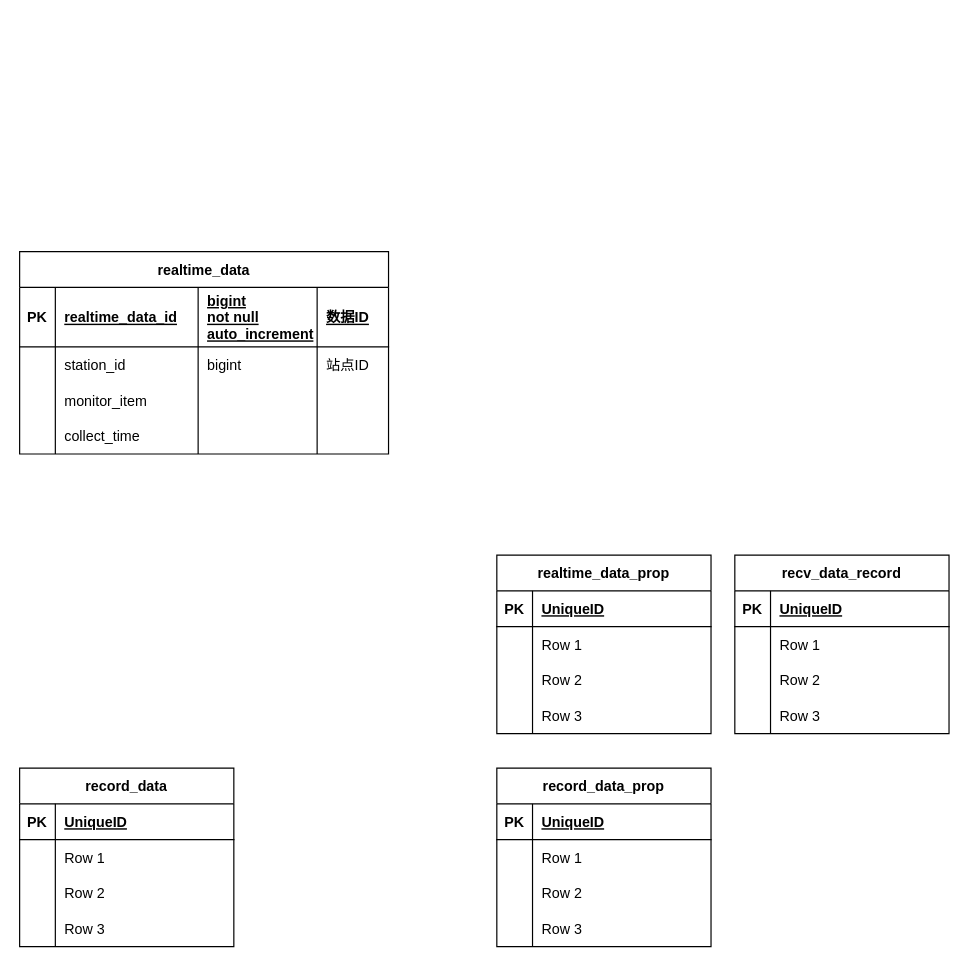
Earlier version of the draw.io diagram 监测数据.drawio (514094388/Hms-ER). Source tidied: cells renumbered, new cells numbered last; positions are measured from the earlier drawing's top-left corner, leaving out a move shared by most shapes. Both pictures are drawn from the tidied source at 119%, with x=0, y=0 at pixel (19, 251).
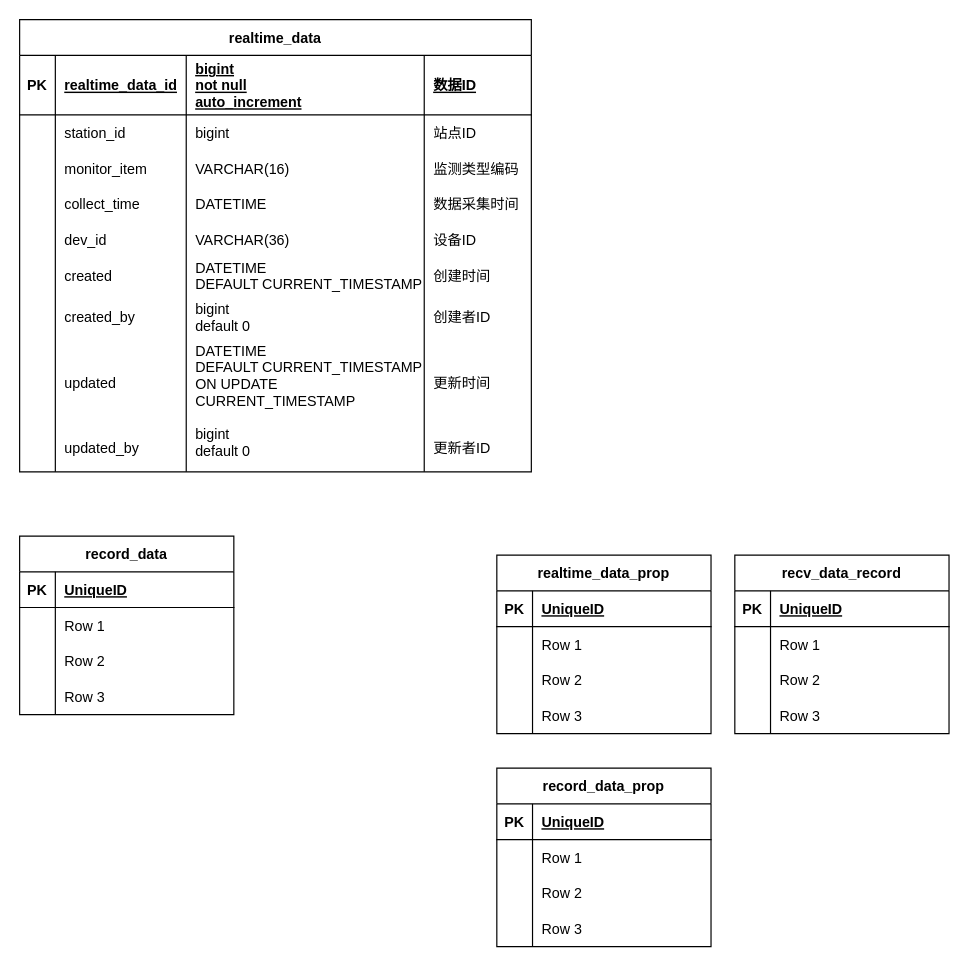
The same page after the edit.

Commit message (it also covers changes not shown here):
更新监测数据.drawio

Change to the diagram source:
```diff
@@
     <mxCell id="2" value="realtime_data" style="shape=table;startSize=30;childLayout=tableLayout;rowLines=0;fontStyle=1;align=center;" parent="1" vertex="1">
-      <mxGeometry width="310" height="170" as="geometry" />
+      <mxGeometry y="-195" width="430" height="380" as="geometry" />
     </mxCell>
     <mxCell id="3" style="shape=tableRow;horizontal=0;startSize=0;swimlaneHead=0;swimlaneBody=0;fillColor=none;top=0;left=0;right=0;bottom=1;" parent="2" vertex="1">
-      <mxGeometry y="30" width="310" height="50" as="geometry" />
+      <mxGeometry y="30" width="430" height="50" as="geometry" />
     </mxCell>
@@
     <mxCell id="5" value="realtime_data_id" style="shape=partialRectangle;fillColor=none;top=0;left=0;bottom=0;right=0;align=left;spacingLeft=6;fontStyle=5;overflow=hidden;" parent="3" vertex="1">
-      <mxGeometry x="30" width="120" height="50" as="geometry" />
+      <mxGeometry x="30" width="110" height="50" as="geometry" />
     </mxCell>
     <mxCell id="6" value="bigint&#10;not null&#10;auto_increment" style="shape=partialRectangle;fillColor=none;top=0;left=0;bottom=0;right=0;align=left;spacingLeft=6;fontStyle=5;overflow=hidden;" parent="3" vertex="1">
-      <mxGeometry x="150" width="100" height="50" as="geometry" />
+      <mxGeometry x="140" width="200" height="50" as="geometry" />
     </mxCell>
     <mxCell id="7" value="数据ID" style="shape=partialRectangle;fillColor=none;top=0;left=0;bottom=0;right=0;align=left;spacingLeft=6;fontStyle=5;overflow=hidden;" parent="3" vertex="1">
-      <mxGeometry x="250" width="60" height="50" as="geometry" />
+      <mxGeometry x="340" width="90" height="50" as="geometry" />
     </mxCell>
     <mxCell id="8" style="shape=tableRow;horizontal=0;startSize=0;swimlaneHead=0;swimlaneBody=0;fillColor=none;top=0;left=0;right=0;bottom=0;" parent="2" vertex="1">
-      <mxGeometry y="80" width="310" height="30" as="geometry" />
+      <mxGeometry y="80" width="430" height="30" as="geometry" />
     </mxCell>
@@
     <mxCell id="10" value="station_id" style="shape=partialRectangle;fillColor=none;top=0;left=0;bottom=0;right=0;align=left;spacingLeft=6;overflow=hidden;" parent="8" vertex="1">
-      <mxGeometry x="30" width="120" height="30" as="geometry" />
+      <mxGeometry x="30" width="110" height="30" as="geometry" />
     </mxCell>
     <mxCell id="11" value="bigint" style="shape=partialRectangle;fillColor=none;top=0;left=0;bottom=0;right=0;align=left;spacingLeft=6;overflow=hidden;" parent="8" vertex="1">
-      <mxGeometry x="150" width="100" height="30" as="geometry" />
+      <mxGeometry x="140" width="200" height="30" as="geometry" />
     </mxCell>
     <mxCell id="12" value="站点ID" style="shape=partialRectangle;fillColor=none;top=0;left=0;bottom=0;right=0;align=left;spacingLeft=6;overflow=hidden;" parent="8" vertex="1">
-      <mxGeometry x="250" width="60" height="30" as="geometry" />
+      <mxGeometry x="340" width="90" height="30" as="geometry" />
     </mxCell>
     <mxCell id="13" style="shape=tableRow;horizontal=0;startSize=0;swimlaneHead=0;swimlaneBody=0;fillColor=none;top=0;left=0;right=0;bottom=0;" parent="2" vertex="1">
-      <mxGeometry y="110" width="310" height="30" as="geometry" />
+      <mxGeometry y="110" width="430" height="30" as="geometry" />
     </mxCell>
@@
     <mxCell id="15" value="monitor_item" style="shape=partialRectangle;fillColor=none;top=0;left=0;bottom=0;right=0;align=left;spacingLeft=6;overflow=hidden;" parent="13" vertex="1">
-      <mxGeometry x="30" width="120" height="30" as="geometry" />
+      <mxGeometry x="30" width="110" height="30" as="geometry" />
     </mxCell>
-    <mxCell id="16" style="shape=partialRectangle;fillColor=none;top=0;left=0;bottom=0;right=0;align=left;spacingLeft=6;overflow=hidden;" parent="13" vertex="1">
-      <mxGeometry x="150" width="100" height="30" as="geometry" />
+    <mxCell id="16" value="VARCHAR(16)" style="shape=partialRectangle;fillColor=none;top=0;left=0;bottom=0;right=0;align=left;spacingLeft=6;overflow=hidden;" parent="13" vertex="1">
+      <mxGeometry x="140" width="200" height="30" as="geometry" />
     </mxCell>
-    <mxCell id="17" style="shape=partialRectangle;fillColor=none;top=0;left=0;bottom=0;right=0;align=left;spacingLeft=6;overflow=hidden;" parent="13" vertex="1">
-      <mxGeometry x="250" width="60" height="30" as="geometry" />
+    <mxCell id="17" value="监测类型编码" style="shape=partialRectangle;fillColor=none;top=0;left=0;bottom=0;right=0;align=left;spacingLeft=6;overflow=hidden;" parent="13" vertex="1">
+      <mxGeometry x="340" width="90" height="30" as="geometry" />
     </mxCell>
     <mxCell id="18" style="shape=tableRow;horizontal=0;startSize=0;swimlaneHead=0;swimlaneBody=0;fillColor=none;top=0;left=0;right=0;bottom=0;" parent="2" vertex="1">
-      <mxGeometry y="140" width="310" height="30" as="geometry" />
+      <mxGeometry y="140" width="430" height="30" as="geometry" />
     </mxCell>
@@
     <mxCell id="20" value="collect_time" style="shape=partialRectangle;fillColor=none;top=0;left=0;bottom=0;right=0;align=left;spacingLeft=6;overflow=hidden;" parent="18" vertex="1">
-      <mxGeometry x="30" width="120" height="30" as="geometry" />
+      <mxGeometry x="30" width="110" height="30" as="geometry" />
     </mxCell>
-    <mxCell id="21" style="shape=partialRectangle;fillColor=none;top=0;left=0;bottom=0;right=0;align=left;spacingLeft=6;overflow=hidden;" parent="18" vertex="1">
-      <mxGeometry x="150" width="100" height="30" as="geometry" />
+    <mxCell id="21" value="DATETIME" style="shape=partialRectangle;fillColor=none;top=0;left=0;bottom=0;right=0;align=left;spacingLeft=6;overflow=hidden;" parent="18" vertex="1">
+      <mxGeometry x="140" width="200" height="30" as="geometry" />
     </mxCell>
-    <mxCell id="22" style="shape=partialRectangle;fillColor=none;top=0;left=0;bottom=0;right=0;align=left;spacingLeft=6;overflow=hidden;" parent="18" vertex="1">
-      <mxGeometry x="250" width="60" height="30" as="geometry" />
+    <mxCell id="22" value="数据采集时间" style="shape=partialRectangle;fillColor=none;top=0;left=0;bottom=0;right=0;align=left;spacingLeft=6;overflow=hidden;" parent="18" vertex="1">
+      <mxGeometry x="340" width="90" height="30" as="geometry" />
     </mxCell>
+    <mxCell id="75" style="shape=tableRow;horizontal=0;startSize=0;swimlaneHead=0;swimlaneBody=0;fillColor=none;top=0;left=0;right=0;bottom=0;" parent="2" vertex="1">
+      <mxGeometry y="170" width="430" height="30" as="geometry" />
+    </mxCell>
+    <mxCell id="76" style="shape=partialRectangle;fillColor=none;top=0;left=0;bottom=0;right=0;overflow=hidden;" parent="75" vertex="1">
+      <mxGeometry width="30" height="30" as="geometry" />
+    </mxCell>
+    <mxCell id="77" value="dev_id" style="shape=partialRectangle;fillColor=none;top=0;left=0;bottom=0;right=0;align=left;spacingLeft=6;overflow=hidden;" parent="75" vertex="1">
+      <mxGeometry x="30" width="110" height="30" as="geometry" />
+    </mxCell>
+    <mxCell id="78" value="VARCHAR(36)" style="shape=partialRectangle;fillColor=none;top=0;left=0;bottom=0;right=0;align=left;spacingLeft=6;overflow=hidden;" parent="75" vertex="1">
+      <mxGeometry x="140" width="200" height="30" as="geometry" />
+    </mxCell>
+    <mxCell id="79" value="设备ID" style="shape=partialRectangle;fillColor=none;top=0;left=0;bottom=0;right=0;align=left;spacingLeft=6;overflow=hidden;" parent="75" vertex="1">
+      <mxGeometry x="340" width="90" height="30" as="geometry" />
+    </mxCell>
+    <mxCell id="80" style="shape=tableRow;horizontal=0;startSize=0;swimlaneHead=0;swimlaneBody=0;fillColor=none;top=0;left=0;right=0;bottom=0;" parent="2" vertex="1">
+      <mxGeometry y="200" width="430" height="30" as="geometry" />
+    </mxCell>
+    <mxCell id="81" style="shape=partialRectangle;fillColor=none;top=0;left=0;bottom=0;right=0;overflow=hidden;" parent="80" vertex="1">
+      <mxGeometry width="30" height="30" as="geometry" />
+    </mxCell>
+    <mxCell id="82" value="created" style="shape=partialRectangle;fillColor=none;top=0;left=0;bottom=0;right=0;align=left;spacingLeft=6;overflow=hidden;" parent="80" vertex="1">
+      <mxGeometry x="30" width="110" height="30" as="geometry" />
+    </mxCell>
+    <mxCell id="83" value="DATETIME&#10;DEFAULT CURRENT_TIMESTAMP" style="shape=partialRectangle;fillColor=none;top=0;left=0;bottom=0;right=0;align=left;spacingLeft=6;overflow=hidden;" parent="80" vertex="1">
+      <mxGeometry x="140" width="200" height="30" as="geometry" />
+    </mxCell>
+    <mxCell id="84" value="创建时间" style="shape=partialRectangle;fillColor=none;top=0;left=0;bottom=0;right=0;align=left;spacingLeft=6;overflow=hidden;" parent="80" vertex="1">
+      <mxGeometry x="340" width="90" height="30" as="geometry" />
+    </mxCell>
+    <mxCell id="85" style="shape=tableRow;horizontal=0;startSize=0;swimlaneHead=0;swimlaneBody=0;fillColor=none;top=0;left=0;right=0;bottom=0;" parent="2" vertex="1">
+      <mxGeometry y="230" width="430" height="40" as="geometry" />
+    </mxCell>
+    <mxCell id="86" style="shape=partialRectangle;fillColor=none;top=0;left=0;bottom=0;right=0;overflow=hidden;" parent="85" vertex="1">
+      <mxGeometry width="30" height="40" as="geometry" />
+    </mxCell>
+    <mxCell id="87" value="created_by" style="shape=partialRectangle;fillColor=none;top=0;left=0;bottom=0;right=0;align=left;spacingLeft=6;overflow=hidden;" parent="85" vertex="1">
+      <mxGeometry x="30" width="110" height="40" as="geometry" />
+    </mxCell>
+    <mxCell id="88" value="bigint&#10;default 0" style="shape=partialRectangle;fillColor=none;top=0;left=0;bottom=0;right=0;align=left;spacingLeft=6;overflow=hidden;" parent="85" vertex="1">
+      <mxGeometry x="140" width="200" height="40" as="geometry" />
+    </mxCell>
+    <mxCell id="89" value="创建者ID" style="shape=partialRectangle;fillColor=none;top=0;left=0;bottom=0;right=0;align=left;spacingLeft=6;overflow=hidden;" parent="85" vertex="1">
+      <mxGeometry x="340" width="90" height="40" as="geometry" />
+    </mxCell>
+    <mxCell id="90" style="shape=tableRow;horizontal=0;startSize=0;swimlaneHead=0;swimlaneBody=0;fillColor=none;top=0;left=0;right=0;bottom=0;" parent="2" vertex="1">
+      <mxGeometry y="270" width="430" height="70" as="geometry" />
+    </mxCell>
+    <mxCell id="91" style="shape=partialRectangle;fillColor=none;top=0;left=0;bottom=0;right=0;overflow=hidden;" parent="90" vertex="1">
+      <mxGeometry width="30" height="70" as="geometry" />
+    </mxCell>
+    <mxCell id="92" value="updated" style="shape=partialRectangle;fillColor=none;top=0;left=0;bottom=0;right=0;align=left;spacingLeft=6;overflow=hidden;" parent="90" vertex="1">
+      <mxGeometry x="30" width="110" height="70" as="geometry" />
+    </mxCell>
+    <mxCell id="93" value="DATETIME&#10;DEFAULT CURRENT_TIMESTAMP &#10;ON UPDATE &#10;CURRENT_TIMESTAMP&#10;" style="shape=partialRectangle;fillColor=none;top=0;left=0;bottom=0;right=0;align=left;spacingLeft=6;overflow=hidden;" parent="90" vertex="1">
+      <mxGeometry x="140" width="200" height="70" as="geometry" />
+    </mxCell>
+    <mxCell id="94" value="更新时间" style="shape=partialRectangle;fillColor=none;top=0;left=0;bottom=0;right=0;align=left;spacingLeft=6;overflow=hidden;" parent="90" vertex="1">
+      <mxGeometry x="340" width="90" height="70" as="geometry" />
+    </mxCell>
+    <mxCell id="95" style="shape=tableRow;horizontal=0;startSize=0;swimlaneHead=0;swimlaneBody=0;fillColor=none;top=0;left=0;right=0;bottom=0;" parent="2" vertex="1">
+      <mxGeometry y="340" width="430" height="40" as="geometry" />
+    </mxCell>
+    <mxCell id="96" style="shape=partialRectangle;fillColor=none;top=0;left=0;bottom=0;right=0;overflow=hidden;" parent="95" vertex="1">
+      <mxGeometry width="30" height="40" as="geometry" />
+    </mxCell>
+    <mxCell id="97" value="updated_by" style="shape=partialRectangle;fillColor=none;top=0;left=0;bottom=0;right=0;align=left;spacingLeft=6;overflow=hidden;" parent="95" vertex="1">
+      <mxGeometry x="30" width="110" height="40" as="geometry" />
+    </mxCell>
+    <mxCell id="98" value="bigint&#10;default 0&#10;" style="shape=partialRectangle;fillColor=none;top=0;left=0;bottom=0;right=0;align=left;spacingLeft=6;overflow=hidden;" parent="95" vertex="1">
+      <mxGeometry x="140" width="200" height="40" as="geometry" />
+    </mxCell>
+    <mxCell id="99" value="更新者ID" style="shape=partialRectangle;fillColor=none;top=0;left=0;bottom=0;right=0;align=left;spacingLeft=6;overflow=hidden;" parent="95" vertex="1">
+      <mxGeometry x="340" width="90" height="40" as="geometry" />
+    </mxCell>
@@
     <mxCell id="36" value="record_data" style="shape=table;startSize=30;childLayout=tableLayout;rowLines=0;fontStyle=1;align=center;" parent="1" vertex="1">
-      <mxGeometry y="434" width="180" height="150" as="geometry" />
+      <mxGeometry y="239" width="180" height="150" as="geometry" />
     </mxCell>
```
